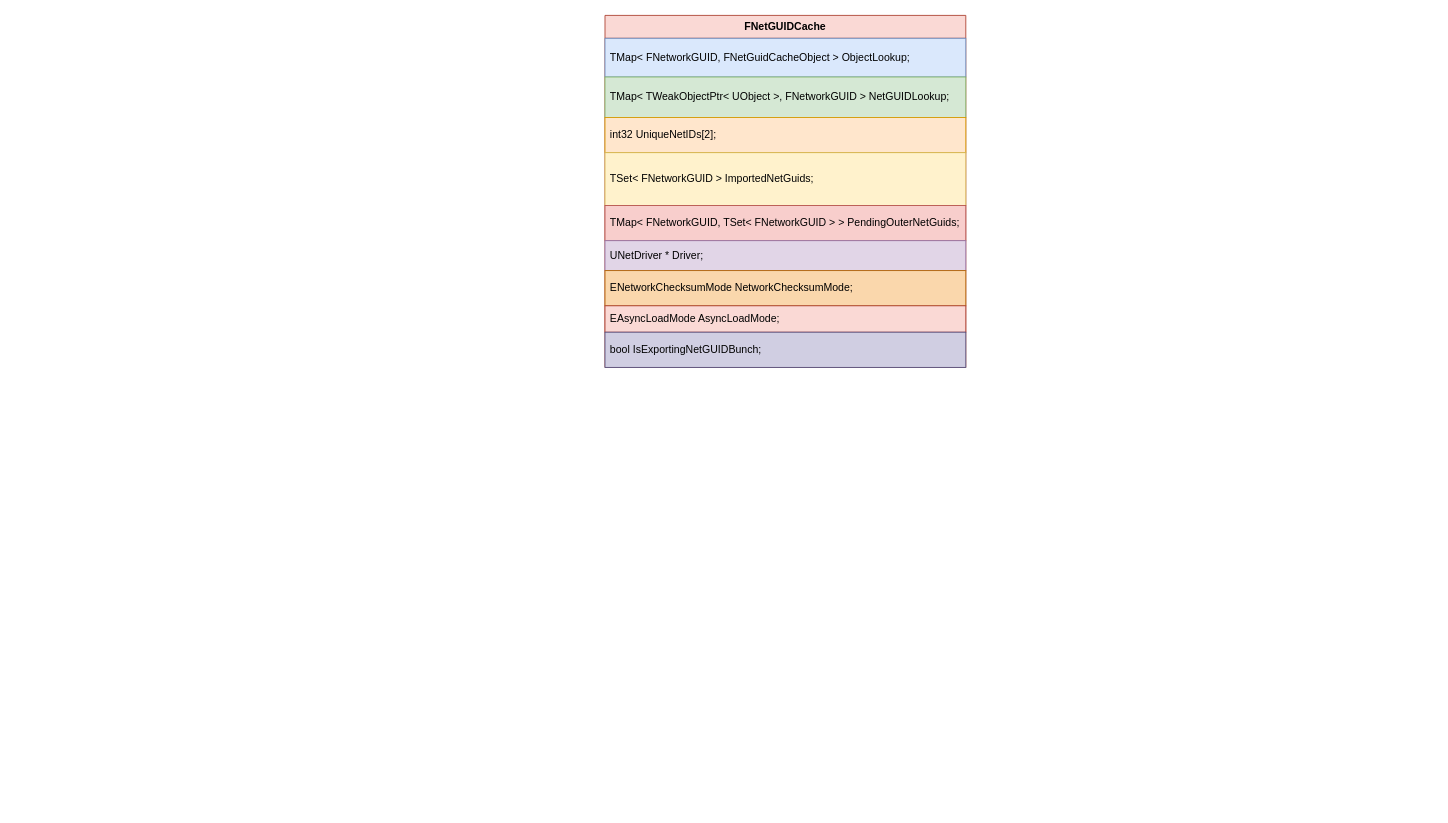
The draw.io diagram page "NetworkGuid类图" (22 of 22) of UE4网络.drawio in fdcumt/DrawIO, before the edit. Source tidied: cells renumbered, new cells numbered last; positions are measured from the earlier drawing's top-left corner, leaving out a move shared by most shapes. Both pictures are drawn from the tidied source at 88%, with x=0, y=0 at pixel (605, 15).
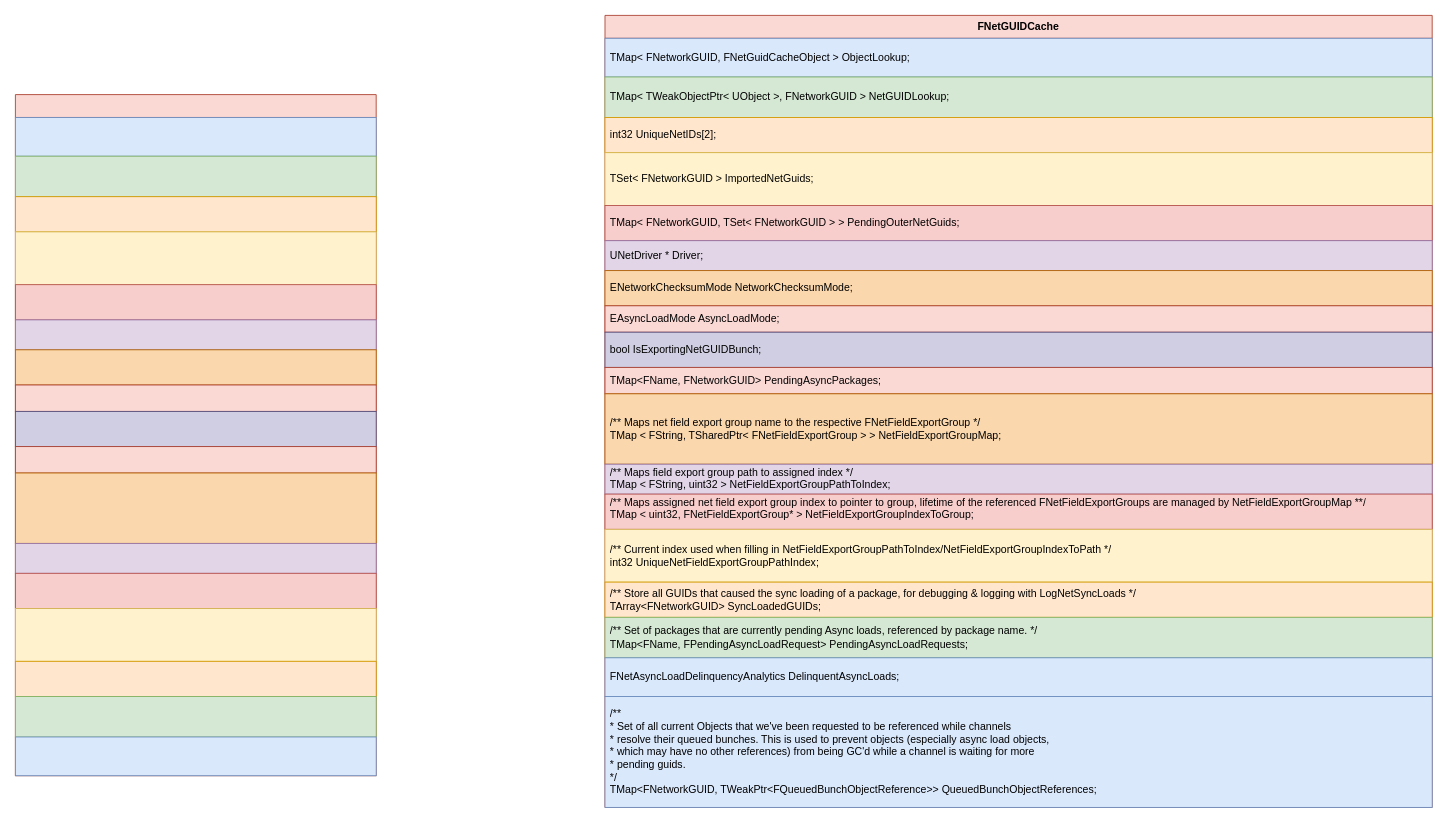
The same page after the edit.

Diff of the diagram source:
```diff
@@
     <mxCell id="2" value="FNetGUIDCache" style="swimlane;fontStyle=1;align=center;verticalAlign=middle;horizontal=1;startSize=26;whiteSpace=wrap;html=1;fillColor=#fad9d5;strokeColor=#ae4132;" parent="1" vertex="1">
-      <mxGeometry width="410" height="400" as="geometry" />
+      <mxGeometry width="940" height="900" as="geometry" />
     </mxCell>
     <mxCell id="3" value="TMap&amp;lt; FNetworkGUID, FNetGuidCacheObject &amp;gt;  ObjectLookup;" style="text;strokeColor=#6c8ebf;fillColor=#dae8fc;align=left;verticalAlign=middle;spacingLeft=4;spacingRight=4;overflow=hidden;whiteSpace=wrap;html=1;" parent="2" vertex="1">
-      <mxGeometry y="26" width="410" height="44" as="geometry" />
+      <mxGeometry y="26" width="940" height="44" as="geometry" />
     </mxCell>
     <mxCell id="4" value="TMap&amp;lt; TWeakObjectPtr&amp;lt; UObject &amp;gt;, FNetworkGUID &amp;gt; NetGUIDLookup;" style="text;strokeColor=#82b366;fillColor=#d5e8d4;align=left;verticalAlign=middle;spacingLeft=4;spacingRight=4;overflow=hidden;whiteSpace=wrap;html=1;" parent="2" vertex="1">
-      <mxGeometry y="70" width="410" height="46" as="geometry" />
+      <mxGeometry y="70" width="940" height="46" as="geometry" />
     </mxCell>
     <mxCell id="5" value="int32           UniqueNetIDs[2];" style="text;strokeColor=#d79b00;fillColor=#ffe6cc;align=left;verticalAlign=middle;spacingLeft=4;spacingRight=4;overflow=hidden;whiteSpace=wrap;html=1;" parent="2" vertex="1">
-      <mxGeometry y="116" width="410" height="40" as="geometry" />
+      <mxGeometry y="116" width="940" height="40" as="geometry" />
     </mxCell>
     <mxCell id="6" value="TSet&amp;lt; FNetworkGUID &amp;gt;       ImportedNetGuids;" style="text;strokeColor=#d6b656;fillColor=#fff2cc;align=left;verticalAlign=middle;spacingLeft=4;spacingRight=4;overflow=hidden;whiteSpace=wrap;html=1;" parent="2" vertex="1">
-      <mxGeometry y="156" width="410" height="60" as="geometry" />
+      <mxGeometry y="156" width="940" height="60" as="geometry" />
     </mxCell>
     <mxCell id="7" value="TMap&amp;lt; FNetworkGUID, TSet&amp;lt; FNetworkGUID &amp;gt; &amp;gt;  PendingOuterNetGuids;" style="text;strokeColor=#b85450;fillColor=#f8cecc;align=left;verticalAlign=middle;spacingLeft=4;spacingRight=4;overflow=hidden;whiteSpace=wrap;html=1;" parent="2" vertex="1">
-      <mxGeometry y="216" width="410" height="40" as="geometry" />
+      <mxGeometry y="216" width="940" height="40" as="geometry" />
     </mxCell>
     <mxCell id="8" value="UNetDriver *         Driver;" style="text;strokeColor=#9673a6;fillColor=#e1d5e7;align=left;verticalAlign=middle;spacingLeft=4;spacingRight=4;overflow=hidden;whiteSpace=wrap;html=1;" parent="2" vertex="1">
-      <mxGeometry y="256" width="410" height="34" as="geometry" />
+      <mxGeometry y="256" width="940" height="34" as="geometry" />
     </mxCell>
     <mxCell id="9" value="ENetworkChecksumMode       NetworkChecksumMode;" style="text;strokeColor=#b46504;fillColor=#fad7ac;align=left;verticalAlign=middle;spacingLeft=4;spacingRight=4;overflow=hidden;whiteSpace=wrap;html=1;" parent="2" vertex="1">
-      <mxGeometry y="290" width="410" height="40" as="geometry" />
+      <mxGeometry y="290" width="940" height="40" as="geometry" />
     </mxCell>
     <mxCell id="10" value="EAsyncLoadMode         AsyncLoadMode;" style="text;strokeColor=#ae4132;fillColor=#fad9d5;align=left;verticalAlign=middle;spacingLeft=4;spacingRight=4;overflow=hidden;whiteSpace=wrap;html=1;" parent="2" vertex="1">
-      <mxGeometry y="330" width="410" height="30" as="geometry" />
+      <mxGeometry y="330" width="940" height="30" as="geometry" />
     </mxCell>
     <mxCell id="11" value="bool           IsExportingNetGUIDBunch;" style="text;strokeColor=#56517e;fillColor=#d0cee2;align=left;verticalAlign=middle;spacingLeft=4;spacingRight=4;overflow=hidden;whiteSpace=wrap;html=1;" parent="2" vertex="1">
-      <mxGeometry y="360" width="410" height="40" as="geometry" />
+      <mxGeometry y="360" width="940" height="40" as="geometry" />
     </mxCell>
+    <mxCell id="12" value="TMap&amp;lt;FName, FNetworkGUID&amp;gt; PendingAsyncPackages;" style="text;strokeColor=#ae4132;fillColor=#fad9d5;align=left;verticalAlign=middle;spacingLeft=4;spacingRight=4;overflow=hidden;whiteSpace=wrap;html=1;" parent="2" vertex="1">
+      <mxGeometry y="400" width="940" height="30" as="geometry" />
+    </mxCell>
+    <mxCell id="13" value="&lt;div&gt; /** Maps net field export group name to the respective FNetFieldExportGroup */&lt;/div&gt;&lt;div&gt;&lt;span style=&quot;&quot;&gt; &lt;/span&gt;TMap &amp;lt; FString, TSharedPtr&amp;lt; FNetFieldExportGroup &amp;gt; &amp;gt;&lt;span style=&quot;&quot;&gt; &lt;/span&gt;NetFieldExportGroupMap;&lt;/div&gt;" style="text;strokeColor=#b46504;fillColor=#fad7ac;align=left;verticalAlign=middle;spacingLeft=4;spacingRight=4;overflow=hidden;whiteSpace=wrap;html=1;" parent="2" vertex="1">
+      <mxGeometry y="430" width="940" height="80" as="geometry" />
+    </mxCell>
+    <mxCell id="14" value="&lt;div&gt; /** Maps field export group path to assigned index */&lt;/div&gt;&lt;div&gt;&lt;span style=&quot;&quot;&gt; &lt;/span&gt;TMap &amp;lt; FString, uint32 &amp;gt;&lt;span style=&quot;&quot;&gt;        &lt;/span&gt;NetFieldExportGroupPathToIndex;&lt;/div&gt;&lt;div&gt;&lt;br&gt;&lt;/div&gt;" style="text;strokeColor=#9673a6;fillColor=#e1d5e7;align=left;verticalAlign=middle;spacingLeft=4;spacingRight=4;overflow=hidden;whiteSpace=wrap;html=1;" parent="2" vertex="1">
+      <mxGeometry y="510" width="940" height="34" as="geometry" />
+    </mxCell>
+    <mxCell id="15" value="&lt;div&gt; /** Maps assigned net field export group index to pointer to group, lifetime of the referenced FNetFieldExportGroups are managed by NetFieldExportGroupMap **/&lt;/div&gt;&lt;div&gt;&lt;span style=&quot;&quot;&gt; &lt;/span&gt;TMap &amp;lt; uint32, FNetFieldExportGroup* &amp;gt;&lt;span style=&quot;&quot;&gt;     &lt;/span&gt;NetFieldExportGroupIndexToGroup;&lt;/div&gt;&lt;div&gt;&lt;br&gt;&lt;/div&gt;" style="text;strokeColor=#b85450;fillColor=#f8cecc;align=left;verticalAlign=middle;spacingLeft=4;spacingRight=4;overflow=hidden;whiteSpace=wrap;html=1;" parent="2" vertex="1">
+      <mxGeometry y="544" width="940" height="40" as="geometry" />
+    </mxCell>
+    <mxCell id="16" value="&lt;div&gt; /** Current index used when filling in NetFieldExportGroupPathToIndex/NetFieldExportGroupIndexToPath */&lt;/div&gt;&lt;div&gt;&lt;span style=&quot;&quot;&gt; &lt;/span&gt;int32&lt;span style=&quot;&quot;&gt;             &lt;/span&gt;UniqueNetFieldExportGroupPathIndex;&lt;/div&gt;" style="text;strokeColor=#d6b656;fillColor=#fff2cc;align=left;verticalAlign=middle;spacingLeft=4;spacingRight=4;overflow=hidden;whiteSpace=wrap;html=1;" parent="2" vertex="1">
+      <mxGeometry y="584" width="940" height="60" as="geometry" />
+    </mxCell>
+    <mxCell id="17" value="&lt;div&gt; /** Store all GUIDs that caused the sync loading of a package, for debugging &amp;amp; logging with LogNetSyncLoads */&lt;/div&gt;&lt;div&gt;&lt;span style=&quot;&quot;&gt; &lt;/span&gt;TArray&amp;lt;FNetworkGUID&amp;gt; SyncLoadedGUIDs;&lt;/div&gt;" style="text;strokeColor=#d79b00;fillColor=#ffe6cc;align=left;verticalAlign=middle;spacingLeft=4;spacingRight=4;overflow=hidden;whiteSpace=wrap;html=1;" parent="2" vertex="1">
+      <mxGeometry y="644" width="940" height="40" as="geometry" />
+    </mxCell>
+    <mxCell id="18" value="&lt;div&gt; /** Set of packages that are currently pending Async loads, referenced by package name. */&lt;/div&gt;&lt;div&gt;&lt;span style=&quot;&quot;&gt; &lt;/span&gt;TMap&amp;lt;FName, FPendingAsyncLoadRequest&amp;gt; PendingAsyncLoadRequests;&lt;/div&gt;" style="text;strokeColor=#82b366;fillColor=#d5e8d4;align=left;verticalAlign=middle;spacingLeft=4;spacingRight=4;overflow=hidden;whiteSpace=wrap;html=1;" parent="2" vertex="1">
+      <mxGeometry y="684" width="940" height="46" as="geometry" />
+    </mxCell>
+    <mxCell id="19" value="FNetAsyncLoadDelinquencyAnalytics DelinquentAsyncLoads;" style="text;strokeColor=#6c8ebf;fillColor=#dae8fc;align=left;verticalAlign=middle;spacingLeft=4;spacingRight=4;overflow=hidden;whiteSpace=wrap;html=1;" parent="2" vertex="1">
+      <mxGeometry y="730" width="940" height="44" as="geometry" />
+    </mxCell>
+    <mxCell id="20" value="&lt;div&gt; /**&lt;/div&gt;&lt;div&gt;&lt;span style=&quot;&quot;&gt; &lt;/span&gt; * Set of all current Objects that we've been requested to be referenced while channels&lt;/div&gt;&lt;div&gt;&lt;span style=&quot;&quot;&gt; &lt;/span&gt; * resolve their queued bunches. This is used to prevent objects (especially async load objects,&lt;/div&gt;&lt;div&gt;&lt;span style=&quot;&quot;&gt; &lt;/span&gt; * which may have no other references) from being GC'd while a channel is waiting for more&lt;/div&gt;&lt;div&gt;&lt;span style=&quot;&quot;&gt; &lt;/span&gt; * pending guids.&amp;nbsp;&lt;/div&gt;&lt;div&gt;&lt;span style=&quot;&quot;&gt; &lt;/span&gt; */&lt;/div&gt;&lt;div&gt;&lt;span style=&quot;&quot;&gt; &lt;/span&gt;TMap&amp;lt;FNetworkGUID, TWeakPtr&amp;lt;FQueuedBunchObjectReference&amp;gt;&amp;gt; QueuedBunchObjectReferences;&lt;/div&gt;" style="text;strokeColor=#6c8ebf;fillColor=#dae8fc;align=left;verticalAlign=middle;spacingLeft=4;spacingRight=4;overflow=hidden;whiteSpace=wrap;html=1;" parent="2" vertex="1">
+      <mxGeometry y="774" width="940" height="126" as="geometry" />
+    </mxCell>
+    <mxCell id="21" style="swimlane;fontStyle=1;align=center;verticalAlign=middle;horizontal=1;startSize=26;whiteSpace=wrap;html=1;fillColor=#fad9d5;strokeColor=#ae4132;" parent="1" vertex="1">
+      <mxGeometry x="-670" y="90" width="410" height="774" as="geometry" />
+    </mxCell>
+    <mxCell id="22" style="text;strokeColor=#6c8ebf;fillColor=#dae8fc;align=left;verticalAlign=middle;spacingLeft=4;spacingRight=4;overflow=hidden;whiteSpace=wrap;html=1;" parent="21" vertex="1">
+      <mxGeometry y="26" width="410" height="44" as="geometry" />
+    </mxCell>
+    <mxCell id="23" style="text;strokeColor=#82b366;fillColor=#d5e8d4;align=left;verticalAlign=middle;spacingLeft=4;spacingRight=4;overflow=hidden;whiteSpace=wrap;html=1;" parent="21" vertex="1">
+      <mxGeometry y="70" width="410" height="46" as="geometry" />
+    </mxCell>
+    <mxCell id="24" style="text;strokeColor=#d79b00;fillColor=#ffe6cc;align=left;verticalAlign=middle;spacingLeft=4;spacingRight=4;overflow=hidden;whiteSpace=wrap;html=1;" parent="21" vertex="1">
+      <mxGeometry y="116" width="410" height="40" as="geometry" />
+    </mxCell>
+    <mxCell id="25" style="text;strokeColor=#d6b656;fillColor=#fff2cc;align=left;verticalAlign=middle;spacingLeft=4;spacingRight=4;overflow=hidden;whiteSpace=wrap;html=1;" parent="21" vertex="1">
+      <mxGeometry y="156" width="410" height="60" as="geometry" />
+    </mxCell>
+    <mxCell id="26" style="text;strokeColor=#b85450;fillColor=#f8cecc;align=left;verticalAlign=middle;spacingLeft=4;spacingRight=4;overflow=hidden;whiteSpace=wrap;html=1;" parent="21" vertex="1">
+      <mxGeometry y="216" width="410" height="40" as="geometry" />
+    </mxCell>
+    <mxCell id="27" style="text;strokeColor=#9673a6;fillColor=#e1d5e7;align=left;verticalAlign=middle;spacingLeft=4;spacingRight=4;overflow=hidden;whiteSpace=wrap;html=1;" parent="21" vertex="1">
+      <mxGeometry y="256" width="410" height="34" as="geometry" />
+    </mxCell>
+    <mxCell id="28" style="text;strokeColor=#b46504;fillColor=#fad7ac;align=left;verticalAlign=middle;spacingLeft=4;spacingRight=4;overflow=hidden;whiteSpace=wrap;html=1;" parent="21" vertex="1">
+      <mxGeometry y="290" width="410" height="40" as="geometry" />
+    </mxCell>
+    <mxCell id="29" style="text;strokeColor=#ae4132;fillColor=#fad9d5;align=left;verticalAlign=middle;spacingLeft=4;spacingRight=4;overflow=hidden;whiteSpace=wrap;html=1;" parent="21" vertex="1">
+      <mxGeometry y="330" width="410" height="30" as="geometry" />
+    </mxCell>
+    <mxCell id="30" style="text;strokeColor=#56517e;fillColor=#d0cee2;align=left;verticalAlign=middle;spacingLeft=4;spacingRight=4;overflow=hidden;whiteSpace=wrap;html=1;" parent="21" vertex="1">
+      <mxGeometry y="360" width="410" height="40" as="geometry" />
+    </mxCell>
+    <mxCell id="31" style="text;strokeColor=#ae4132;fillColor=#fad9d5;align=left;verticalAlign=middle;spacingLeft=4;spacingRight=4;overflow=hidden;whiteSpace=wrap;html=1;" parent="21" vertex="1">
+      <mxGeometry y="400" width="410" height="30" as="geometry" />
+    </mxCell>
+    <mxCell id="32" style="text;strokeColor=#b46504;fillColor=#fad7ac;align=left;verticalAlign=middle;spacingLeft=4;spacingRight=4;overflow=hidden;whiteSpace=wrap;html=1;" parent="21" vertex="1">
+      <mxGeometry y="430" width="410" height="80" as="geometry" />
+    </mxCell>
+    <mxCell id="33" value="&lt;div&gt;&lt;br&gt;&lt;/div&gt;" style="text;strokeColor=#9673a6;fillColor=#e1d5e7;align=left;verticalAlign=middle;spacingLeft=4;spacingRight=4;overflow=hidden;whiteSpace=wrap;html=1;" parent="21" vertex="1">
+      <mxGeometry y="510" width="410" height="34" as="geometry" />
+    </mxCell>
+    <mxCell id="34" value="&lt;div&gt;&lt;br&gt;&lt;/div&gt;" style="text;strokeColor=#b85450;fillColor=#f8cecc;align=left;verticalAlign=middle;spacingLeft=4;spacingRight=4;overflow=hidden;whiteSpace=wrap;html=1;" parent="21" vertex="1">
+      <mxGeometry y="544" width="410" height="40" as="geometry" />
+    </mxCell>
+    <mxCell id="35" style="text;strokeColor=#d6b656;fillColor=#fff2cc;align=left;verticalAlign=middle;spacingLeft=4;spacingRight=4;overflow=hidden;whiteSpace=wrap;html=1;" parent="21" vertex="1">
+      <mxGeometry y="584" width="410" height="60" as="geometry" />
+    </mxCell>
+    <mxCell id="36" style="text;strokeColor=#d79b00;fillColor=#ffe6cc;align=left;verticalAlign=middle;spacingLeft=4;spacingRight=4;overflow=hidden;whiteSpace=wrap;html=1;" parent="21" vertex="1">
+      <mxGeometry y="644" width="410" height="40" as="geometry" />
+    </mxCell>
+    <mxCell id="37" style="text;strokeColor=#82b366;fillColor=#d5e8d4;align=left;verticalAlign=middle;spacingLeft=4;spacingRight=4;overflow=hidden;whiteSpace=wrap;html=1;" parent="21" vertex="1">
+      <mxGeometry y="684" width="410" height="46" as="geometry" />
+    </mxCell>
+    <mxCell id="38" style="text;strokeColor=#6c8ebf;fillColor=#dae8fc;align=left;verticalAlign=middle;spacingLeft=4;spacingRight=4;overflow=hidden;whiteSpace=wrap;html=1;" parent="21" vertex="1">
+      <mxGeometry y="730" width="410" height="44" as="geometry" />
+    </mxCell>
```
